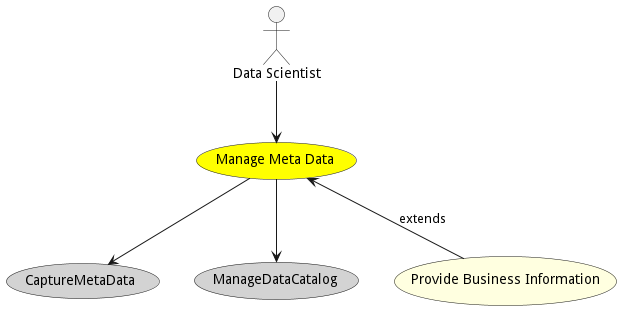
Above: docs/edgemere/diml/ddf/usecases/managemetadata/Activities.png in madajaju/edgemere (PlantUML), before the change.
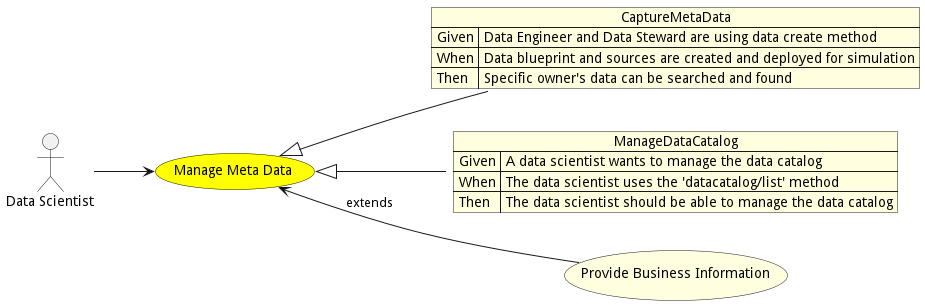
Above is the later version.

Diff of the diagram source:
```diff
@@ -1,5 +1,7 @@
 @startuml
 
+
+left to right direction
 
 usecase "Manage Meta Data" as ManageMetaData #yellow
 
@@ -9,13 +11,21 @@
 
 
 
-usecase "CaptureMetaData" as CaptureMetaData #lightgrey
+json CaptureMetaData #lightyellow {
+    "Given": "Data Engineer and Data Steward are using data create method",
+    "When": "Data blueprint and sources are created and deployed for simulation",
+    "Then": "Specific owner&#39;s data can be searched and found"
+}
 
-ManageMetaData --> CaptureMetaData
+ManageMetaData <|-- CaptureMetaData
 
-usecase "ManageDataCatalog" as ManageDataCatalog #lightgrey
+json ManageDataCatalog #lightyellow {
+    "Given": "A data scientist wants to manage the data catalog",
+    "When": "The data scientist uses the &#39;datacatalog/list&#39; method",
+    "Then": "The data scientist should be able to manage the data catalog"
+}
 
-ManageMetaData --> ManageDataCatalog
+ManageMetaData <|-- ManageDataCatalog
 
 
 
```
